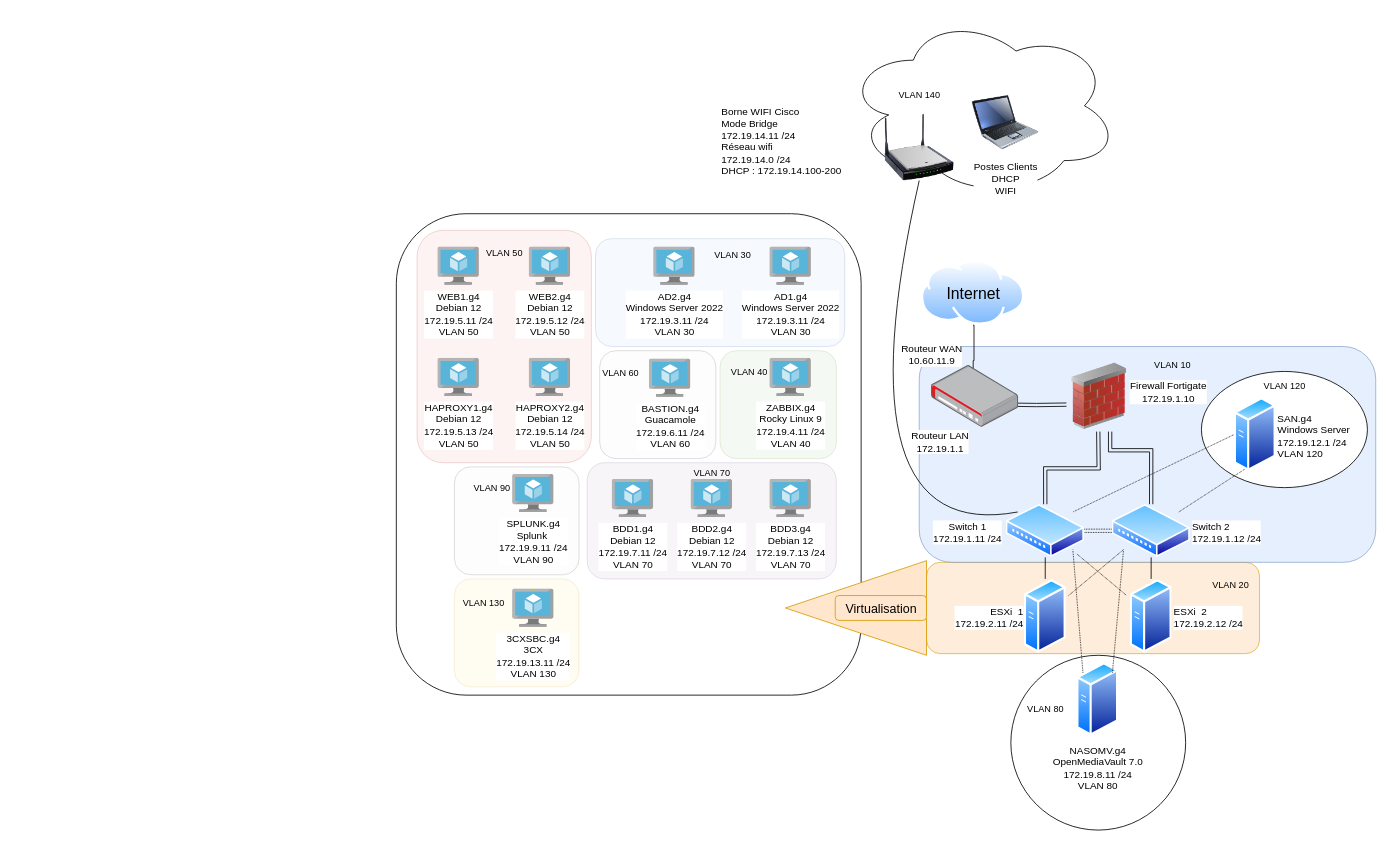
Earlier version of the draw.io diagram AISMedilab.drawio (TomMedn/Gaston_medical). Source tidied: cells renumbered, new cells numbered last; positions are measured from the earlier drawing's top-left corner, leaving out a move shared by most shapes. Both pictures are drawn from the tidied source at 83%, with x=0, y=0 at pixel (396, 14).
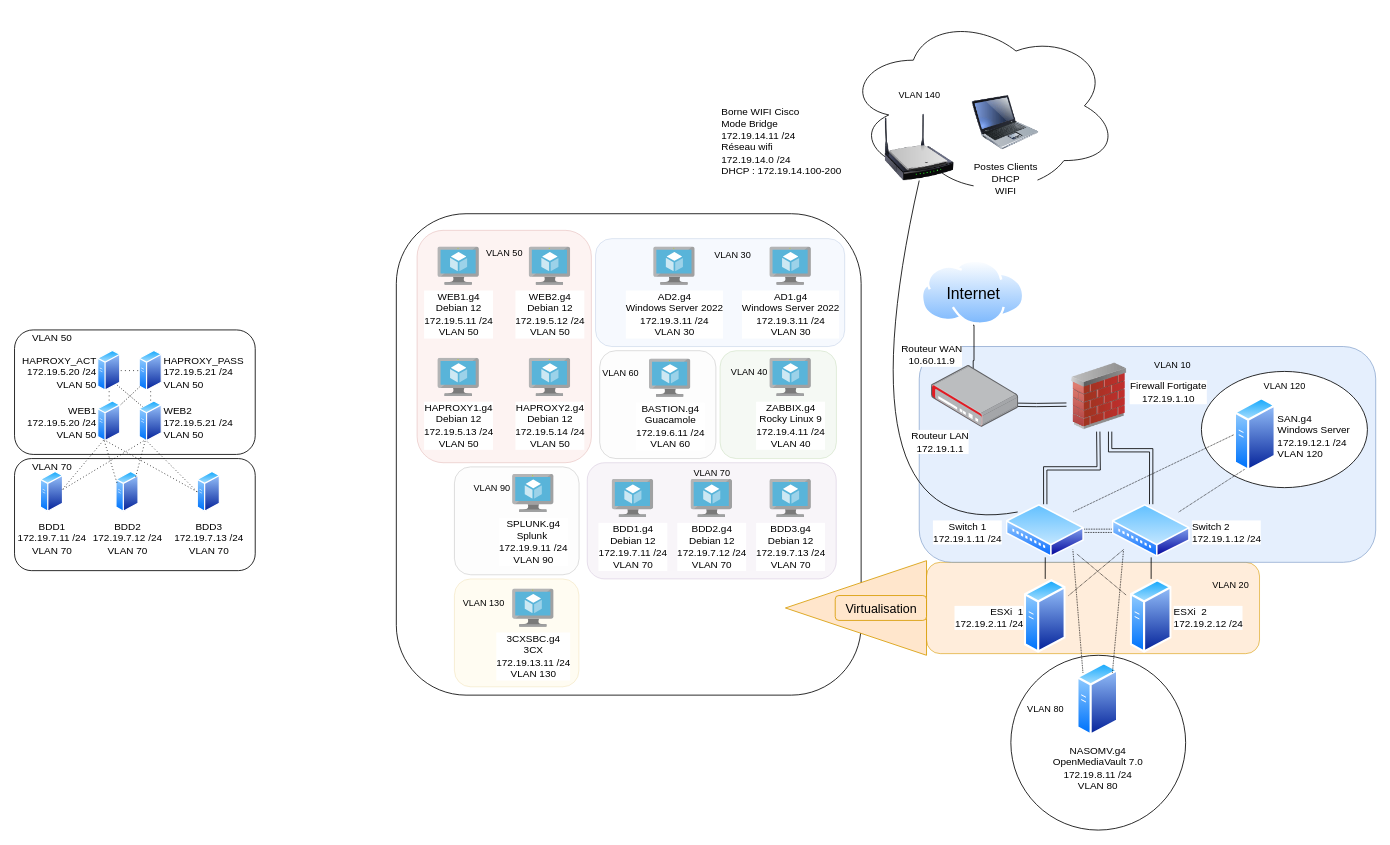
The same page after the edit.

Commit message:
Mettre à jour AISMedilab.drawio

The edit, as a diff of the source:
```diff
@@
+    <mxCell id="70" style="rounded=1;whiteSpace=wrap;html=1;" parent="1" vertex="1">
+      <mxGeometry x="-460" y="380" width="290" height="150" as="geometry" />
+    </mxCell>
@@
+    <mxCell id="71" style="edgeStyle=orthogonalEdgeStyle;rounded=0;jettySize=auto;html=1;exitX=1;exitY=0.5;exitDx=0;exitDy=0;entryX=0;entryY=0.5;entryDx=0;entryDy=0;endArrow=none;endFill=0;dashed=1;dashPattern=1 4;" parent="1" edge="1" source="72" target="73">
+      <mxGeometry relative="1" as="geometry" />
+    </mxCell>
+    <mxCell id="72" value="&lt;div&gt;HAPROXY_ACT&lt;/div&gt;&lt;div&gt;172.19.5.20 /24&lt;br&gt;VLAN 50&lt;/div&gt;" style="image;perimeter=ellipsePerimeter;html=1;align=right;shadow=0;dashed=0;spacingTop=3;image=img/lib/active_directory/generic_server.svg;labelPosition=left;verticalLabelPosition=middle;verticalAlign=middle;" parent="1" vertex="1">
+      <mxGeometry x="-360" y="404" width="28" height="50" as="geometry" />
+    </mxCell>
+    <mxCell id="73" value="&lt;div&gt;HAPROXY_PASS&lt;/div&gt;&lt;div&gt;172.19.5.21 /24&lt;br&gt;VLAN 50&lt;/div&gt;" style="image;perimeter=ellipsePerimeter;html=1;align=left;shadow=0;dashed=0;spacingTop=3;image=img/lib/active_directory/generic_server.svg;labelPosition=right;verticalLabelPosition=middle;verticalAlign=middle;imageBorder=none;imageBackground=none;" parent="1" vertex="1">
+      <mxGeometry x="-310" y="404" width="28" height="50" as="geometry" />
+    </mxCell>
+    <mxCell id="74" value="&lt;div&gt;WEB1&lt;br&gt;&lt;/div&gt;&lt;div&gt;172.19.5.20 /24&lt;br&gt;VLAN 50&lt;/div&gt;" style="image;perimeter=ellipsePerimeter;html=1;align=right;shadow=0;dashed=0;spacingTop=3;image=img/lib/active_directory/generic_server.svg;labelPosition=left;verticalLabelPosition=middle;verticalAlign=middle;" parent="1" vertex="1">
+      <mxGeometry x="-360" y="465" width="28" height="50" as="geometry" />
+    </mxCell>
+    <mxCell id="75" value="&lt;div&gt;WEB2&lt;br&gt;&lt;/div&gt;&lt;div&gt;172.19.5.21 /24&lt;br&gt;VLAN 50&lt;/div&gt;" style="image;perimeter=ellipsePerimeter;html=1;align=left;shadow=0;dashed=0;spacingTop=3;image=img/lib/active_directory/generic_server.svg;labelPosition=right;verticalLabelPosition=middle;verticalAlign=middle;" parent="1" vertex="1">
+      <mxGeometry x="-310" y="465" width="28" height="50" as="geometry" />
+    </mxCell>
+    <mxCell id="76" style="edgeStyle=orthogonalEdgeStyle;rounded=0;jettySize=auto;html=1;exitX=0.5;exitY=0;exitDx=0;exitDy=0;entryX=0.5;entryY=1;entryDx=0;entryDy=0;endArrow=none;endFill=0;dashed=1;dashPattern=1 4;" parent="1" edge="1" source="75" target="73">
+      <mxGeometry relative="1" as="geometry" />
+    </mxCell>
+    <mxCell id="77" style="edgeStyle=orthogonalEdgeStyle;rounded=0;jettySize=auto;html=1;entryX=0.5;entryY=1;entryDx=0;entryDy=0;endArrow=none;endFill=0;dashed=1;dashPattern=1 4;exitX=0.5;exitY=0;exitDx=0;exitDy=0;" parent="1" edge="1" source="74" target="72">
+      <mxGeometry relative="1" as="geometry" />
+    </mxCell>
+    <mxCell id="78" style="endArrow=none;dashed=1;html=1;dashPattern=1 2;strokeWidth=1;rounded=0;entryX=0.024;entryY=0.893;entryDx=0;entryDy=0;entryPerimeter=0;" parent="1" edge="1" target="73">
+      <mxGeometry relative="1" as="geometry">
+        <mxPoint x="-332" y="470" as="sourcePoint" />
+      </mxGeometry>
+    </mxCell>
+    <mxCell id="79" style="endArrow=none;dashed=1;html=1;dashPattern=1 2;strokeWidth=1;rounded=0;entryX=0;entryY=0;entryDx=0;entryDy=0;exitX=1;exitY=1;exitDx=0;exitDy=0;" parent="1" edge="1" source="72" target="75">
+      <mxGeometry relative="1" as="geometry" />
+    </mxCell>
+    <mxCell id="80" value="VLAN 50" style="text;html=1;align=center;verticalAlign=middle;strokeColor=none;fillColor=none;" parent="1" vertex="1">
+      <mxGeometry x="-450" y="375" width="70" height="30" as="geometry" />
+    </mxCell>
+    <mxCell id="81" style="rounded=1;whiteSpace=wrap;html=1;" parent="1" vertex="1">
+      <mxGeometry x="-460" y="535" width="290" height="135" as="geometry" />
+    </mxCell>
+    <mxCell id="82" value="BDD1&lt;div&gt;172.19.7.11 /24&lt;br&gt;VLAN 70&lt;/div&gt;" style="image;perimeter=ellipsePerimeter;html=1;align=center;shadow=0;dashed=0;spacingTop=3;image=img/lib/active_directory/generic_server.svg;labelPosition=center;verticalLabelPosition=bottom;verticalAlign=top;" parent="1" vertex="1">
+      <mxGeometry x="-429" y="550" width="28" height="50" as="geometry" />
+    </mxCell>
+    <mxCell id="83" value="BDD2&lt;div&gt;172.19.7.12 /24&lt;br&gt;VLAN 70&lt;/div&gt;" style="image;perimeter=ellipsePerimeter;html=1;align=center;shadow=0;dashed=0;spacingTop=3;image=img/lib/active_directory/generic_server.svg;labelPosition=center;verticalLabelPosition=bottom;verticalAlign=top;" parent="1" vertex="1">
+      <mxGeometry x="-338" y="550" width="28" height="50" as="geometry" />
+    </mxCell>
+    <mxCell id="84" value="BDD3&lt;div&gt;172.19.7.13 /24&lt;br&gt;VLAN 70&lt;/div&gt;" style="image;perimeter=ellipsePerimeter;html=1;align=center;shadow=0;dashed=0;spacingTop=3;image=img/lib/active_directory/generic_server.svg;labelPosition=center;verticalLabelPosition=bottom;verticalAlign=top;" parent="1" vertex="1">
+      <mxGeometry x="-240" y="550" width="28" height="50" as="geometry" />
+    </mxCell>
+    <mxCell id="85" style="endArrow=none;dashed=1;html=1;dashPattern=1 3;strokeWidth=1;rounded=0;entryX=0.25;entryY=1;entryDx=0;entryDy=0;exitX=0.952;exitY=0.443;exitDx=0;exitDy=0;exitPerimeter=0;" parent="1" edge="1" source="82" target="74">
+      <mxGeometry relative="1" as="geometry" />
+    </mxCell>
+    <mxCell id="86" style="endArrow=none;dashed=1;html=1;dashPattern=1 3;strokeWidth=1;rounded=0;entryX=0.25;entryY=1;entryDx=0;entryDy=0;exitX=0;exitY=0.25;exitDx=0;exitDy=0;" parent="1" edge="1" source="83" target="74">
+      <mxGeometry relative="1" as="geometry" />
+    </mxCell>
+    <mxCell id="87" style="endArrow=none;dashed=1;html=1;dashPattern=1 3;strokeWidth=1;rounded=0;entryX=0.25;entryY=1;entryDx=0;entryDy=0;exitX=0;exitY=0.5;exitDx=0;exitDy=0;" parent="1" edge="1" source="84" target="74">
+      <mxGeometry relative="1" as="geometry" />
+    </mxCell>
+    <mxCell id="88" style="endArrow=none;dashed=1;html=1;dashPattern=1 3;strokeWidth=1;rounded=0;entryX=0.25;entryY=1;entryDx=0;entryDy=0;exitX=0.985;exitY=0.439;exitDx=0;exitDy=0;exitPerimeter=0;" parent="1" edge="1" source="82" target="75">
+      <mxGeometry relative="1" as="geometry" />
+    </mxCell>
+    <mxCell id="89" style="endArrow=none;dashed=1;html=1;dashPattern=1 3;strokeWidth=1;rounded=0;entryX=0.25;entryY=1;entryDx=0;entryDy=0;exitX=1;exitY=0;exitDx=0;exitDy=0;" parent="1" edge="1" source="83" target="75">
+      <mxGeometry relative="1" as="geometry" />
+    </mxCell>
+    <mxCell id="90" style="endArrow=none;dashed=1;html=1;dashPattern=1 3;strokeWidth=1;rounded=0;entryX=0.25;entryY=1;entryDx=0;entryDy=0;exitX=0;exitY=0.5;exitDx=0;exitDy=0;" parent="1" edge="1" source="84" target="75">
+      <mxGeometry relative="1" as="geometry" />
+    </mxCell>
+    <mxCell id="91" value="VLAN 70" style="text;html=1;align=center;verticalAlign=middle;strokeColor=none;fillColor=none;" parent="1" vertex="1">
+      <mxGeometry x="-450" y="530" width="70" height="30" as="geometry" />
+    </mxCell>
```
